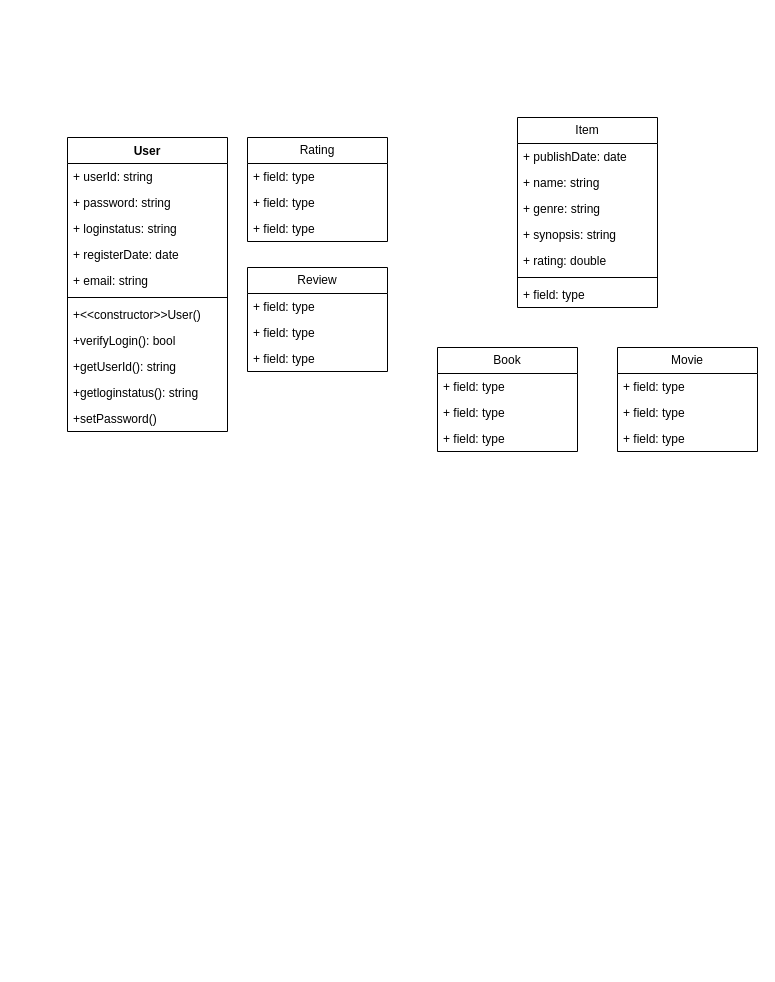
The draw.io diagram RevisedDiagram.drawio in LordDdanielHan/test, before the edit. Source tidied: cells renumbered, new cells numbered last; positions are measured from the earlier drawing's top-left corner, leaving out a move shared by most shapes. Both pictures are drawn from the tidied source at 100%, with x=0, y=0 at pixel (67, 117).
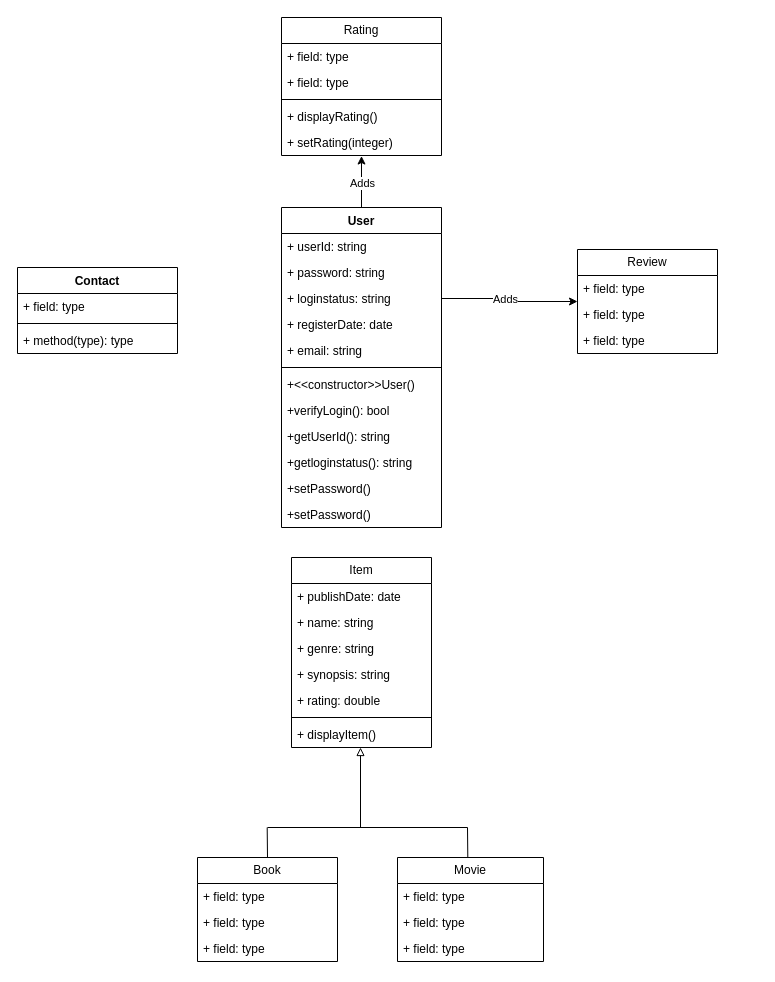
After the change.

Unchanged cells that the change refers to:
```xml
<mxCell id="5" value="+ loginstatus: string" style="text;strokeColor=none;fillColor=none;align=left;verticalAlign=top;spacingLeft=4;spacingRight=4;overflow=hidden;points=[[0,0.5],[1,0.5]];portConstraint=eastwest;whiteSpace=wrap;html=1;" parent="2" vertex="1">
  <mxGeometry y="78" width="160" height="26" as="geometry" />
</mxCell>
```

Diff of the diagram source:
```diff
@@
     <mxCell id="2" value="User" style="swimlane;fontStyle=1;align=center;verticalAlign=top;horizontal=1;startSize=26;whiteSpace=wrap;html=1;" parent="1" vertex="1">
-      <mxGeometry y="20" width="160" height="294" as="geometry" />
+      <mxGeometry x="214" y="90" width="160" height="320" as="geometry" />
     </mxCell>
@@
+    <mxCell id="38" value="+setPassword()" style="text;strokeColor=none;fillColor=none;align=left;verticalAlign=top;spacingLeft=4;spacingRight=4;overflow=hidden;whiteSpace=wrap;html=1;" parent="2" vertex="1">
+      <mxGeometry y="294" width="160" height="26" as="geometry" />
+    </mxCell>
     <mxCell id="14" value="Review" style="swimlane;fontStyle=0;horizontal=1;startSize=26;fillColor=none;whiteSpace=wrap;html=1;" parent="1" vertex="1">
-      <mxGeometry x="180" y="150" width="140" height="104" as="geometry" />
+      <mxGeometry x="510" y="132" width="140" height="104" as="geometry" />
     </mxCell>
@@
     <mxCell id="18" value="Item" style="swimlane;fontStyle=0;horizontal=1;startSize=26;fillColor=none;whiteSpace=wrap;html=1;" parent="1" vertex="1">
-      <mxGeometry x="450" width="140" height="190" as="geometry" />
+      <mxGeometry x="224" y="440" width="140" height="190" as="geometry" />
     </mxCell>
@@
-    <mxCell id="25" value="+ field: type" style="text;strokeColor=none;fillColor=none;align=left;verticalAlign=top;spacingLeft=4;spacingRight=4;overflow=hidden;whiteSpace=wrap;html=1;" parent="18" vertex="1">
+    <mxCell id="25" value="+ displayItem()" style="text;strokeColor=none;fillColor=none;align=left;verticalAlign=top;spacingLeft=4;spacingRight=4;overflow=hidden;whiteSpace=wrap;html=1;" parent="18" vertex="1">
       <mxGeometry y="164" width="140" height="26" as="geometry" />
     </mxCell>
+    <mxCell id="39" style="edgeStyle=orthogonalEdgeStyle;rounded=0;orthogonalLoop=1;jettySize=auto;html=1;endArrow=block;endFill=0;" parent="1" edge="1">
+      <mxGeometry relative="1" as="geometry">
+        <mxPoint x="293" y="710" as="sourcePoint" />
+        <mxPoint x="293" y="630" as="targetPoint" />
+        <Array as="points">
+          <mxPoint x="293" y="630" />
+        </Array>
+      </mxGeometry>
+    </mxCell>
     <mxCell id="26" value="Book" style="swimlane;fontStyle=0;horizontal=1;startSize=26;fillColor=none;whiteSpace=wrap;html=1;" parent="1" vertex="1">
-      <mxGeometry x="370" y="230" width="140" height="104" as="geometry" />
+      <mxGeometry x="130" y="740" width="140" height="104" as="geometry" />
     </mxCell>
@@
     <mxCell id="30" value="Movie" style="swimlane;fontStyle=0;horizontal=1;startSize=26;fillColor=none;whiteSpace=wrap;html=1;" parent="1" vertex="1">
-      <mxGeometry x="550" y="230" width="140" height="104" as="geometry" />
+      <mxGeometry x="330" y="740" width="146" height="104" as="geometry" />
     </mxCell>
     <mxCell id="31" value="+ field: type" style="text;strokeColor=none;fillColor=none;align=left;verticalAlign=top;spacingLeft=4;spacingRight=4;overflow=hidden;whiteSpace=wrap;html=1;" parent="30" vertex="1">
-      <mxGeometry y="26" width="140" height="26" as="geometry" />
+      <mxGeometry y="26" width="146" height="26" as="geometry" />
     </mxCell>
     <mxCell id="32" value="+ field: type" style="text;strokeColor=none;fillColor=none;align=left;verticalAlign=top;spacingLeft=4;spacingRight=4;overflow=hidden;whiteSpace=wrap;html=1;" parent="30" vertex="1">
-      <mxGeometry y="52" width="140" height="26" as="geometry" />
+      <mxGeometry y="52" width="146" height="26" as="geometry" />
     </mxCell>
     <mxCell id="33" value="+ field: type" style="text;strokeColor=none;fillColor=none;align=left;verticalAlign=top;spacingLeft=4;spacingRight=4;overflow=hidden;whiteSpace=wrap;html=1;" parent="30" vertex="1">
-      <mxGeometry y="78" width="140" height="26" as="geometry" />
+      <mxGeometry y="78" width="146" height="26" as="geometry" />
     </mxCell>
     <mxCell id="34" value="Rating" style="swimlane;fontStyle=0;horizontal=1;startSize=26;fillColor=none;whiteSpace=wrap;html=1;" parent="1" vertex="1">
-      <mxGeometry x="180" y="20" width="140" height="104" as="geometry" />
+      <mxGeometry x="214" y="-100" width="160" height="138" as="geometry" />
     </mxCell>
     <mxCell id="35" value="+ field: type" style="text;strokeColor=none;fillColor=none;align=left;verticalAlign=top;spacingLeft=4;spacingRight=4;overflow=hidden;whiteSpace=wrap;html=1;" parent="34" vertex="1">
-      <mxGeometry y="26" width="140" height="26" as="geometry" />
+      <mxGeometry y="26" width="160" height="26" as="geometry" />
     </mxCell>
     <mxCell id="36" value="+ field: type" style="text;strokeColor=none;fillColor=none;align=left;verticalAlign=top;spacingLeft=4;spacingRight=4;overflow=hidden;whiteSpace=wrap;html=1;" parent="34" vertex="1">
-      <mxGeometry y="52" width="140" height="26" as="geometry" />
+      <mxGeometry y="52" width="160" height="26" as="geometry" />
     </mxCell>
+    <mxCell id="40" style="line;strokeWidth=1;fillColor=none;align=left;verticalAlign=middle;spacingTop=-1;spacingLeft=3;spacingRight=3;labelPosition=right;strokeColor=inherit;" parent="34" vertex="1">
+      <mxGeometry y="78" width="160" height="8" as="geometry" />
+    </mxCell>
-    <mxCell id="37" value="+ field: type" style="text;strokeColor=none;fillColor=none;align=left;verticalAlign=top;spacingLeft=4;spacingRight=4;overflow=hidden;whiteSpace=wrap;html=1;" parent="34" vertex="1">
-      <mxGeometry y="78" width="140" height="26" as="geometry" />
+    <mxCell id="37" value="+ displayRating()" style="text;strokeColor=none;fillColor=none;align=left;verticalAlign=top;spacingLeft=4;spacingRight=4;overflow=hidden;whiteSpace=wrap;html=1;" parent="34" vertex="1">
+      <mxGeometry y="86" width="160" height="26" as="geometry" />
     </mxCell>
+    <mxCell id="41" value="+ setRating(integer)" style="text;strokeColor=none;fillColor=none;align=left;verticalAlign=top;spacingLeft=4;spacingRight=4;overflow=hidden;points=[[0,0.5],[1,0.5]];portConstraint=eastwest;whiteSpace=wrap;html=1;" parent="34" vertex="1">
+      <mxGeometry y="112" width="160" height="26" as="geometry" />
+    </mxCell>
+    <mxCell id="42" value="Contact" style="swimlane;fontStyle=1;align=center;verticalAlign=top;horizontal=1;startSize=26;whiteSpace=wrap;html=1;" parent="1" vertex="1">
+      <mxGeometry x="-50" y="150" width="160" height="86" as="geometry" />
+    </mxCell>
+    <mxCell id="43" value="+ field: type" style="text;strokeColor=none;fillColor=none;align=left;verticalAlign=top;spacingLeft=4;spacingRight=4;overflow=hidden;whiteSpace=wrap;html=1;" parent="42" vertex="1">
+      <mxGeometry y="26" width="160" height="26" as="geometry" />
+    </mxCell>
+    <mxCell id="44" style="line;strokeWidth=1;fillColor=none;align=left;verticalAlign=middle;spacingTop=-1;spacingLeft=3;spacingRight=3;labelPosition=right;strokeColor=inherit;" parent="42" vertex="1">
+      <mxGeometry y="52" width="160" height="8" as="geometry" />
+    </mxCell>
+    <mxCell id="45" value="+ method(type): type" style="text;strokeColor=none;fillColor=none;align=left;verticalAlign=top;spacingLeft=4;spacingRight=4;overflow=hidden;whiteSpace=wrap;html=1;" parent="42" vertex="1">
+      <mxGeometry y="60" width="160" height="26" as="geometry" />
+    </mxCell>
+    <mxCell id="46" style="edgeStyle=orthogonalEdgeStyle;rounded=0;jettySize=auto;html=1;" parent="1" edge="1" source="5" target="14">
+      <mxGeometry relative="1" as="geometry" />
+    </mxCell>
+    <mxCell id="47" value="Adds" style="edgeLabel;html=1;align=center;verticalAlign=middle;" parent="46" vertex="1">
+      <mxGeometry x="-0.32" y="2" relative="1" as="geometry">
+        <mxPoint x="16" y="2" as="offset" />
+      </mxGeometry>
+    </mxCell>
+    <mxCell id="48" style="edgeStyle=orthogonalEdgeStyle;rounded=0;jettySize=auto;html=1;exitX=0.5;exitY=0;exitDx=0;exitDy=0;entryX=0.5;entryY=1.02;entryDx=0;entryDy=0;entryPerimeter=0;" parent="1" edge="1" source="2" target="41">
+      <mxGeometry relative="1" as="geometry" />
+    </mxCell>
+    <mxCell id="49" value="Adds" style="edgeLabel;html=1;align=center;verticalAlign=middle;" parent="48" vertex="1">
+      <mxGeometry x="-0.24" y="3" relative="1" as="geometry">
+        <mxPoint x="3" y="-5" as="offset" />
+      </mxGeometry>
+    </mxCell>
+    <mxCell id="50" style="endArrow=none;html=1;rounded=0;" parent="1" edge="1">
+      <mxGeometry relative="1" as="geometry">
+        <mxPoint x="200" y="710" as="sourcePoint" />
+        <mxPoint x="400" y="710" as="targetPoint" />
+      </mxGeometry>
+    </mxCell>
+    <mxCell id="51" style="endArrow=none;html=1;rounded=0;exitX=0.5;exitY=0;exitDx=0;exitDy=0;" parent="1" edge="1" source="26">
+      <mxGeometry relative="1" as="geometry">
+        <mxPoint x="199.7" y="710" as="targetPoint" />
+      </mxGeometry>
+    </mxCell>
+    <mxCell id="52" style="endArrow=none;html=1;rounded=0;exitX=0.5;exitY=0;exitDx=0;exitDy=0;" parent="1" edge="1">
+      <mxGeometry relative="1" as="geometry">
+        <mxPoint x="400.3" y="740" as="sourcePoint" />
+        <mxPoint x="400" y="710" as="targetPoint" />
+      </mxGeometry>
+    </mxCell>
```
